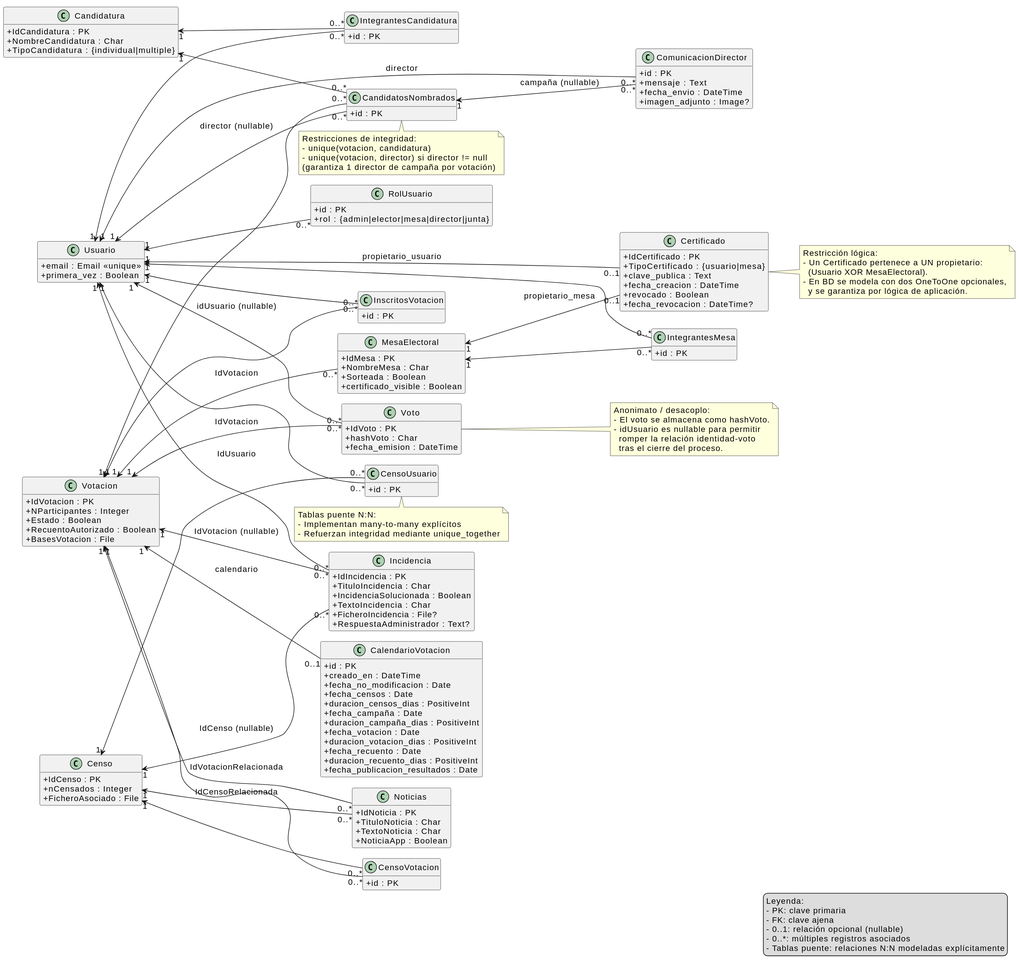
Before: out/TeleVot/Diagramas/ERD_TeleVotApp/TeleVotApp_ERD.svg, a diagram exported from PlantUML (SamirAlonsoGarcia/TeleVotApp).
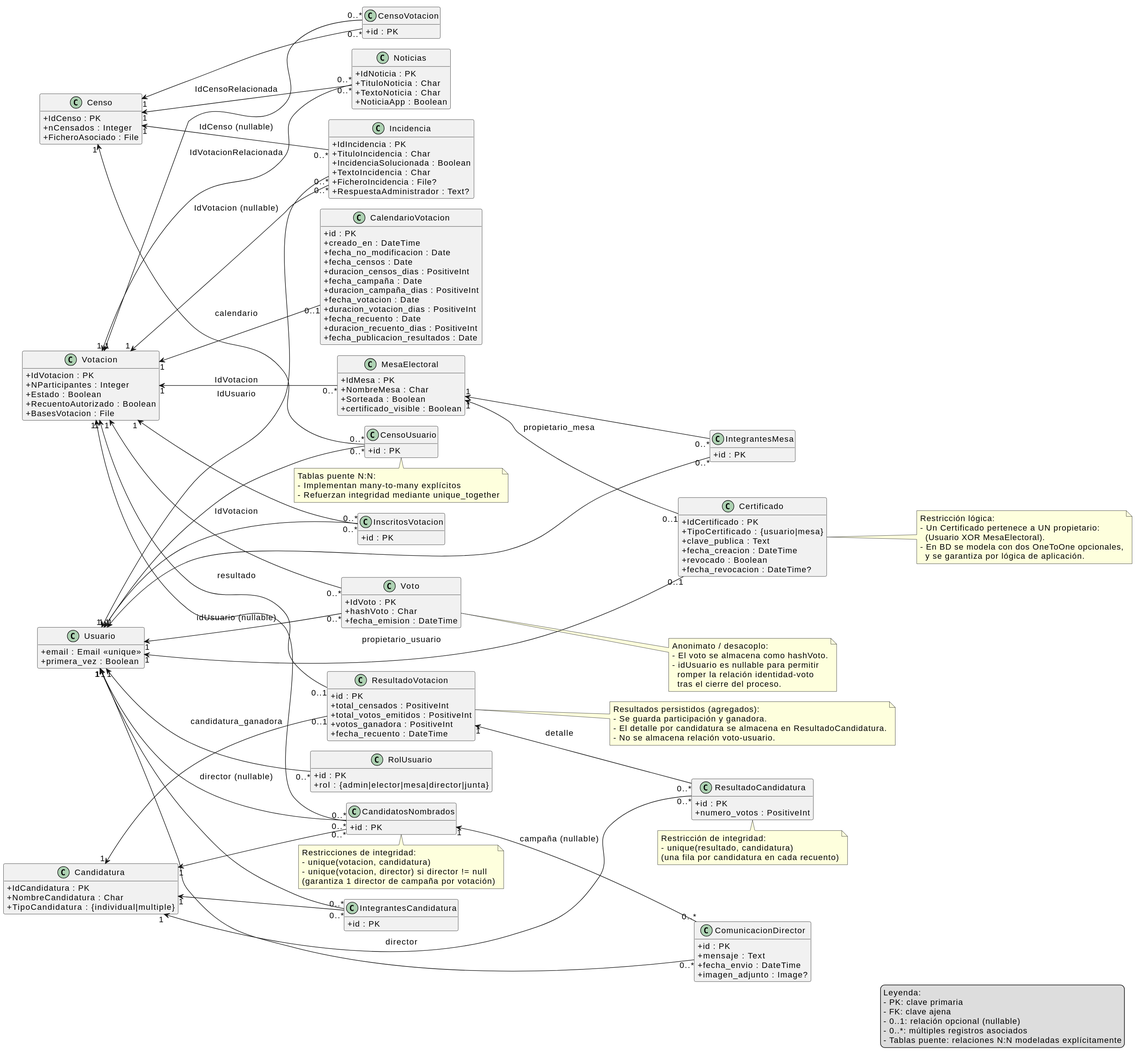
After the change.

Commit message:
Actualización del TFG y anexos para reflejar cambios en el recuento

Diff of the diagram source:
```diff
@@ -111,6 +111,22 @@
 }
 
 
+class ResultadoVotacion {
+  +id : PK
+  +total_censados : PositiveInt
+  +total_votos_emitidos : PositiveInt
+  +porcentaje_participacion : Decimal(5,2)
+  +votos_ganadora : PositiveInt
+  +fecha_recuento : DateTime
+}
+
+class ResultadoCandidatura {
+  +id : PK
+  +numero_votos : PositiveInt
+  +unique(resultado,candidatura)
+}
+
+
 class CensoUsuario {
   +id : PK
   +unique(usuario,censo)
@@ -191,6 +207,14 @@
 Usuario             "1" <-- "0..*" ComunicacionDirector : director
 
 
+Votacion "1" <-- "0..1" ResultadoVotacion : resultado
+
+Candidatura "1" <-- "0..1" ResultadoVotacion : candidatura_ganadora
+
+ResultadoVotacion "1" <-- "0..*" ResultadoCandidatura : detalle
+Candidatura       "1" <-- "0..*" ResultadoCandidatura
+
+
 note right of Certificado
 Restricción lógica:
 - Un Certificado pertenece a UN propietario:
@@ -220,6 +244,19 @@
 - Refuerzan integridad mediante unique_together
 end note
 
+note right of ResultadoVotacion
+Resultados persistidos (agregados):
+- Se guarda participación y ganadora.
+- El detalle por candidatura se almacena en ResultadoCandidatura.
+- No se almacena relación voto-usuario.
+end note
+
+note bottom of ResultadoCandidatura
+Restricción de integridad:
+- unique(resultado, candidatura)
+(una fila por candidatura en cada recuento)
+end note
+
 
 legend right
 Leyenda:
```
